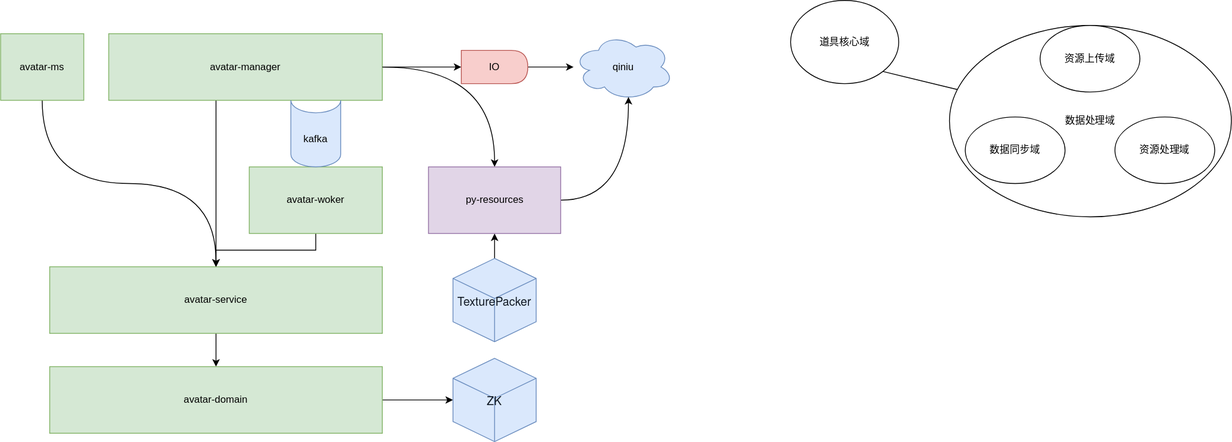
fsdmp/diagrams keeps this draw.io diagram as avatar_conf_tool.drawio.svg. Above is the earlier version. Source tidied: cells renumbered, new cells last; positions are measured from the earlier drawing's top-left corner, leaving out a move shared by most shapes.
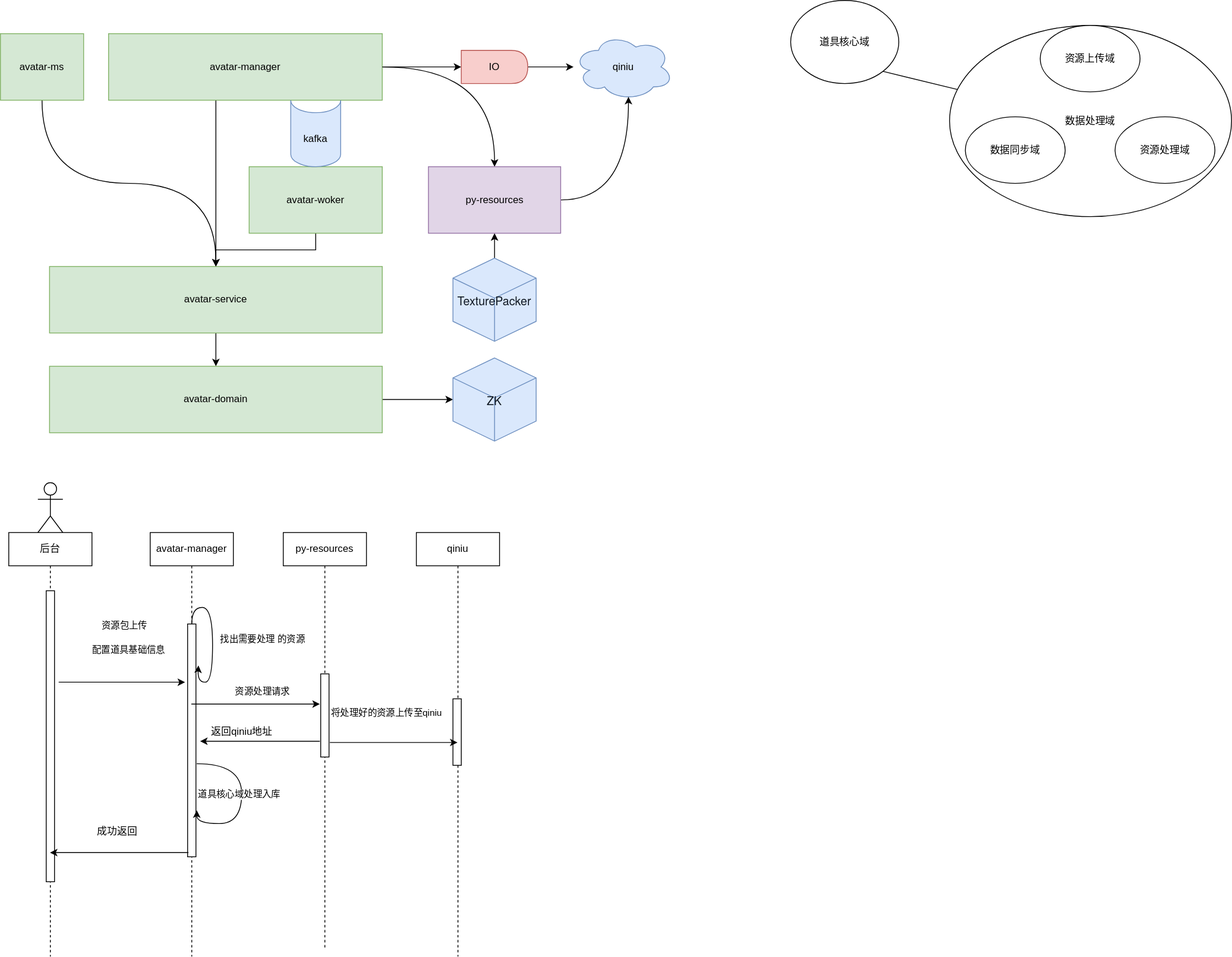
After the change.

The edit, as a diff of the source:
```diff
@@ -88,5 +88,102 @@
     <mxCell id="28" value="资源上传域" style="ellipse;whiteSpace=wrap;html=1;verticalAlign=middle;" parent="1" vertex="1">
       <mxGeometry x="1250" y="30" width="120" height="80" as="geometry" />
     </mxCell>
+    <mxCell id="29" value="后台" style="shape=umlLifeline;perimeter=lifelinePerimeter;whiteSpace=wrap;html=1;outlineConnect=0;verticalAlign=middle;" parent="1" vertex="1">
+      <mxGeometry x="10" y="640" width="100" height="510" as="geometry" />
+    </mxCell>
+    <mxCell id="30" style="html=1;perimeter=orthogonalPerimeter;verticalAlign=middle;" parent="29" vertex="1">
+      <mxGeometry x="45" y="70" width="10" height="350" as="geometry" />
+    </mxCell>
+    <mxCell id="31" value="avatar-manager" style="shape=umlLifeline;perimeter=lifelinePerimeter;whiteSpace=wrap;html=1;outlineConnect=0;verticalAlign=middle;" parent="1" vertex="1">
+      <mxGeometry x="180" y="640" width="100" height="510" as="geometry" />
+    </mxCell>
+    <mxCell id="32" style="html=1;points=[];perimeter=orthogonalPerimeter;verticalAlign=middle;" parent="31" vertex="1">
+      <mxGeometry x="45" y="110" width="10" height="280" as="geometry" />
+    </mxCell>
+    <mxCell id="33" style="edgeStyle=orthogonalEdgeStyle;curved=1;rounded=0;orthogonalLoop=1;jettySize=auto;html=1;entryX=1.3;entryY=0.178;entryDx=0;entryDy=0;entryPerimeter=0;strokeWidth=1;elbow=vertical;" parent="31" edge="1" source="32" target="32">
+      <mxGeometry relative="1" as="geometry">
+        <Array as="points">
+          <mxPoint x="50" y="90" />
+          <mxPoint x="75" y="90" />
+          <mxPoint x="75" y="180" />
+          <mxPoint x="57" y="180" />
+        </Array>
+      </mxGeometry>
+    </mxCell>
+    <mxCell id="34" value="找出需要处理 的资源" style="edgeLabel;html=1;align=center;verticalAlign=middle;" parent="33" vertex="1">
+      <mxGeometry x="0.31" y="2" relative="1" as="geometry">
+        <mxPoint x="57" y="-31" as="offset" />
+      </mxGeometry>
+    </mxCell>
+    <mxCell id="35" style="endArrow=classic;html=1;rounded=0;strokeWidth=1;curved=1;elbow=vertical;edgeStyle=orthogonalEdgeStyle;exitX=1.1;exitY=0.6;exitDx=0;exitDy=0;exitPerimeter=0;entryX=1.1;entryY=0.8;entryDx=0;entryDy=0;entryPerimeter=0;" parent="31" edge="1" source="32" target="32">
+      <mxGeometry relative="1" as="geometry">
+        <Array as="points">
+          <mxPoint x="110" y="278" />
+          <mxPoint x="110" y="350" />
+          <mxPoint x="56" y="350" />
+        </Array>
+      </mxGeometry>
+    </mxCell>
+    <mxCell id="36" value="道具核心域处理入库" style="edgeLabel;html=1;align=center;verticalAlign=middle;" parent="35" vertex="1">
+      <mxGeometry x="-0.08" y="-4" relative="1" as="geometry" />
+    </mxCell>
+    <mxCell id="37" style="shape=umlActor;verticalLabelPosition=bottom;verticalAlign=top;html=1;" parent="1" vertex="1">
+      <mxGeometry x="45" y="580" width="30" height="60" as="geometry" />
+    </mxCell>
+    <mxCell id="38" style="edgeStyle=orthogonalEdgeStyle;curved=1;rounded=0;jettySize=auto;html=1;entryX=-0.3;entryY=0.25;entryDx=0;entryDy=0;entryPerimeter=0;strokeWidth=1;elbow=vertical;" parent="1" edge="1" target="32">
+      <mxGeometry relative="1" as="geometry">
+        <mxPoint x="70" y="820" as="sourcePoint" />
+      </mxGeometry>
+    </mxCell>
+    <mxCell id="39" value="配置道具基础信息" style="edgeLabel;html=1;align=center;verticalAlign=middle;" parent="38" vertex="1">
+      <mxGeometry x="-0.16" y="2" relative="1" as="geometry">
+        <mxPoint x="19" y="-38" as="offset" />
+      </mxGeometry>
+    </mxCell>
+    <mxCell id="40" value="资源包上传" style="edgeLabel;html=1;align=center;verticalAlign=middle;" parent="1" vertex="1">
+      <mxGeometry x="160" y="730" as="geometry">
+        <mxPoint x="-12" y="21" as="offset" />
+      </mxGeometry>
+    </mxCell>
+    <mxCell id="41" value="py-resources" style="shape=umlLifeline;perimeter=lifelinePerimeter;whiteSpace=wrap;html=1;verticalAlign=middle;" parent="1" vertex="1">
+      <mxGeometry x="340" y="640" width="100" height="500" as="geometry" />
+    </mxCell>
+    <mxCell id="42" style="html=1;points=[];perimeter=orthogonalPerimeter;verticalAlign=middle;" parent="41" vertex="1">
+      <mxGeometry x="45" y="170" width="10" height="100" as="geometry" />
+    </mxCell>
+    <mxCell id="43" style="endArrow=classic;html=1;rounded=0;strokeWidth=1;curved=1;elbow=vertical;entryX=-0.1;entryY=0.363;entryDx=0;entryDy=0;entryPerimeter=0;" parent="1" edge="1" source="31" target="42">
+      <mxGeometry relative="1" as="geometry" />
+    </mxCell>
+    <mxCell id="44" value="资源处理请求" style="edgeLabel;html=1;align=center;verticalAlign=middle;" parent="1" vertex="1">
+      <mxGeometry x="314" y="830" as="geometry" />
+    </mxCell>
+    <mxCell id="45" value="qiniu" style="shape=umlLifeline;perimeter=lifelinePerimeter;whiteSpace=wrap;html=1;outlineConnect=0;verticalAlign=middle;" parent="1" vertex="1">
+      <mxGeometry x="500" y="640" width="100" height="510" as="geometry" />
+    </mxCell>
+    <mxCell id="46" style="html=1;perimeter=orthogonalPerimeter;verticalAlign=middle;" parent="45" vertex="1">
+      <mxGeometry x="44" y="200" width="10" height="80" as="geometry" />
+    </mxCell>
+    <mxCell id="47" style="endArrow=classic;html=1;rounded=0;strokeWidth=1;curved=1;elbow=vertical;exitX=1.1;exitY=0.825;exitDx=0;exitDy=0;exitPerimeter=0;" parent="1" edge="1" source="42" target="45">
+      <mxGeometry relative="1" as="geometry" />
+    </mxCell>
+    <mxCell id="48" value="将处理好的资源上传至qiniu" style="edgeLabel;html=1;align=center;verticalAlign=middle;" parent="1" vertex="1">
+      <mxGeometry x="324" y="772" as="geometry">
+        <mxPoint x="139" y="84" as="offset" />
+      </mxGeometry>
+    </mxCell>
+    <mxCell id="49" style="endArrow=classic;html=1;rounded=0;strokeWidth=1;curved=1;elbow=vertical;exitX=-0.1;exitY=0.81;exitDx=0;exitDy=0;exitPerimeter=0;" parent="1" edge="1" source="42">
+      <mxGeometry relative="1" as="geometry">
+        <mxPoint x="240" y="891" as="targetPoint" />
+      </mxGeometry>
+    </mxCell>
+    <mxCell id="50" value="返回qiniu地址" style="text;html=1;align=center;verticalAlign=middle;strokeColor=none;fillColor=none;" parent="1" vertex="1">
+      <mxGeometry x="245" y="870" width="90" height="20" as="geometry" />
+    </mxCell>
+    <mxCell id="51" style="endArrow=classic;html=1;rounded=0;strokeWidth=1;curved=1;elbow=vertical;exitX=0.1;exitY=0.982;exitDx=0;exitDy=0;exitPerimeter=0;" parent="1" edge="1" source="32" target="29">
+      <mxGeometry relative="1" as="geometry" />
+    </mxCell>
+    <mxCell id="52" value="成功返回" style="text;html=1;align=center;verticalAlign=middle;strokeColor=none;fillColor=none;" parent="1" vertex="1">
+      <mxGeometry x="110" y="990" width="60" height="20" as="geometry" />
+    </mxCell>
   </root>
 </mxGraphModel>
```
